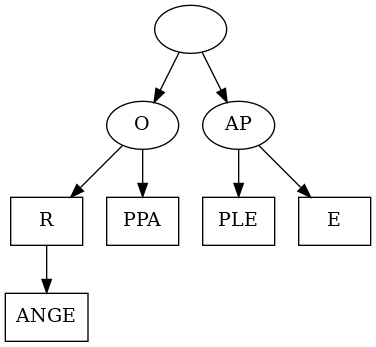
Before: bs_rt.png, a diagram exported from Graphviz (keithstellyes/Pretty-Data-Stuctures). Its source is kept beside it as bs_rt.dot. Its diagram source:
```dot
digraph {
    a [label=""];
    b [label="O"];
    c [label="R", shape=box];
    d [label="ANGE", shape=box];
    e [label="PPA", shape=box];
    f [label="AP"];
    g [label="PLE", shape=box];
    h [label="E", shape=box];
    c -> d;
    b -> c;
    b -> e;
    a -> b;
    f -> g;
    f -> h;
    a -> f;
}
```
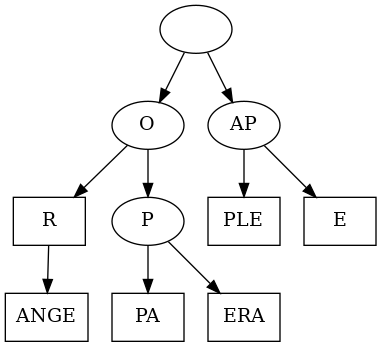
Later version of the same file.

The edit, as a diff of the source:
```diff
@@ -3,15 +3,19 @@
     b [label="O"];
     c [label="R", shape=box];
     d [label="ANGE", shape=box];
-    e [label="PPA", shape=box];
-    f [label="AP"];
-    g [label="PLE", shape=box];
-    h [label="E", shape=box];
-    c -> d;
-    b -> c;
-    b -> e;
-    a -> b;
-    f -> g;
-    f -> h;
-    a -> f;
+    e [label="P"];
+    f [label="PA", shape=box];
+    g [label="ERA", shape=box];
+    h [label="AP"];
+    i [label="PLE", shape=box];
+    j [label="E", shape=box];
+    c -> d
+    b -> c
+    e -> f
+    e -> g
+    b -> e
+    a -> b
+    h -> i
+    h -> j
+    a -> h
 }
```
